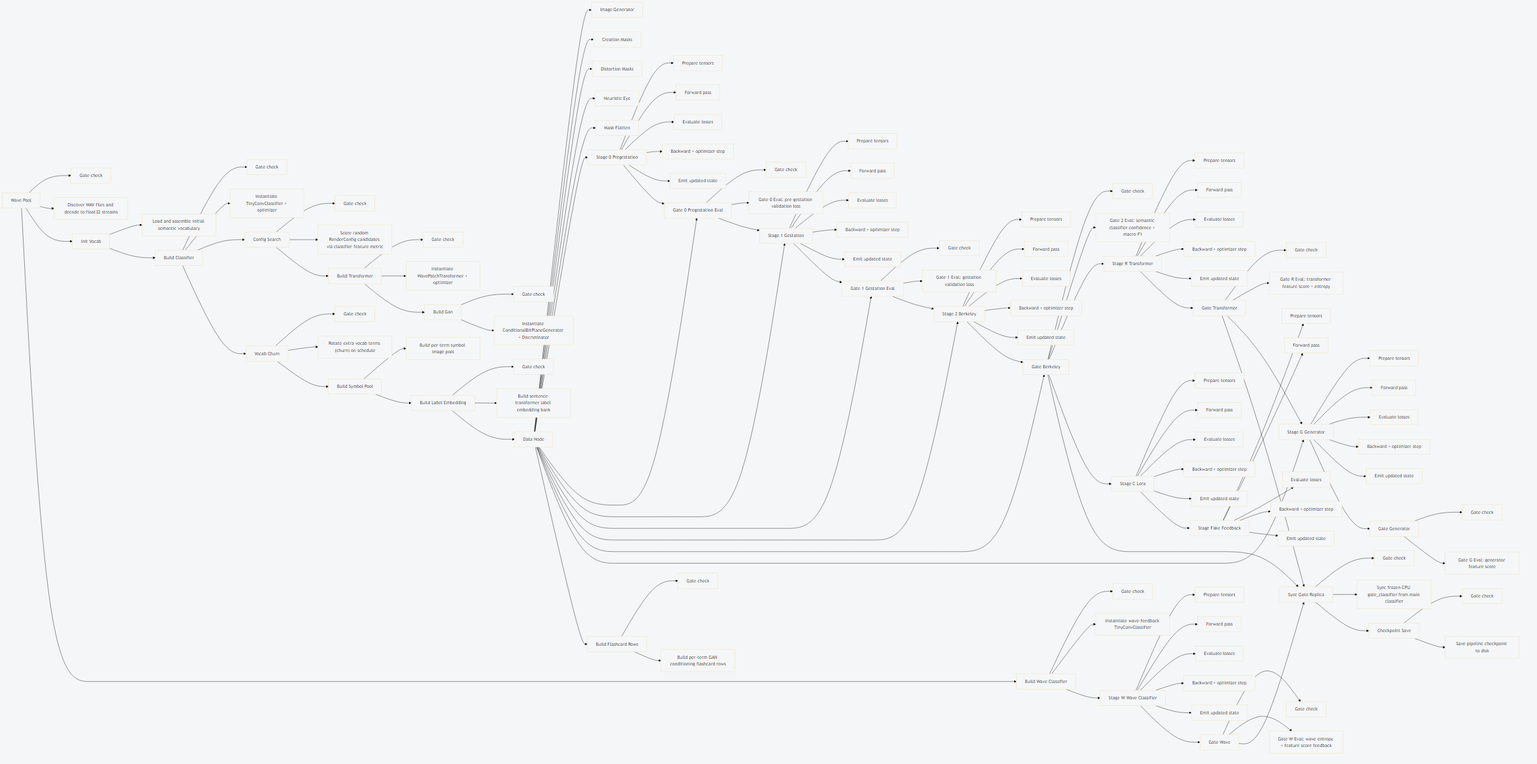
Earlier version of the Mermaid export docs/diagrams/stack_view_minimal.png (sangderenard/meta-nn). Its source is kept beside it as docs/diagrams/stack_view_minimal.mmd.
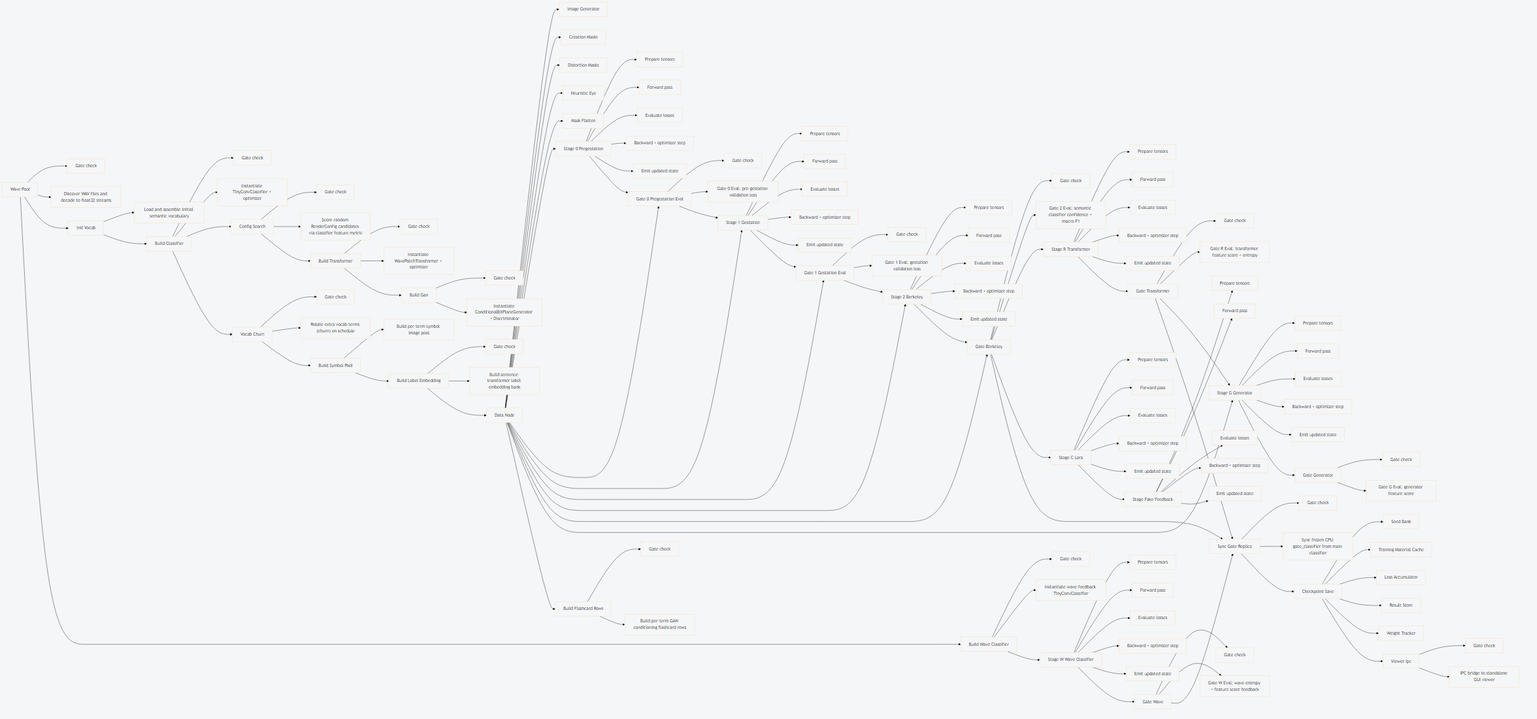
Above is the later version.

What changed in the source:
```diff
@@ -107,8 +107,14 @@
     sync_gate_replica__should_run["Gate check"]
     sync_gate_replica__execute["Sync frozen CPU gate_classifier from main classifier"]
     checkpoint_save["Checkpoint Save"]
-    checkpoint_save__should_run["Gate check"]
-    checkpoint_save__execute["Save pipeline checkpoint to disk"]
+    seed_bank["Seed Bank"]
+    training_cache["Training Material Cache"]
+    loss_accumulator["Loss Accumulator"]
+    result_store["Result Store"]
+    weight_tracker["Weight Tracker"]
+    viewer_ipc["Viewer Ipc"]
+    viewer_ipc__should_run["Gate check"]
+    viewer_ipc__execute["IPC bridge to standalone GUI viewer"]
 
     wave_pool --> wave_pool__should_run
     wave_pool --> wave_pool__execute
@@ -189,8 +195,13 @@
     gate_wave --> gate_wave__execute
     sync_gate_replica --> sync_gate_replica__should_run
     sync_gate_replica --> sync_gate_replica__execute
-    checkpoint_save --> checkpoint_save__should_run
-    checkpoint_save --> checkpoint_save__execute
+    checkpoint_save --> seed_bank
+    checkpoint_save --> training_cache
+    checkpoint_save --> loss_accumulator
+    checkpoint_save --> result_store
+    checkpoint_save --> weight_tracker
+    viewer_ipc --> viewer_ipc__should_run
+    viewer_ipc --> viewer_ipc__execute
     wave_pool --> init_vocab
     init_vocab --> build_classifier
     build_classifier --> config_search
@@ -226,3 +237,4 @@
     gate_transformer --> sync_gate_replica
     gate_berkeley --> sync_gate_replica
     sync_gate_replica --> checkpoint_save
+    checkpoint_save --> viewer_ipc
```
